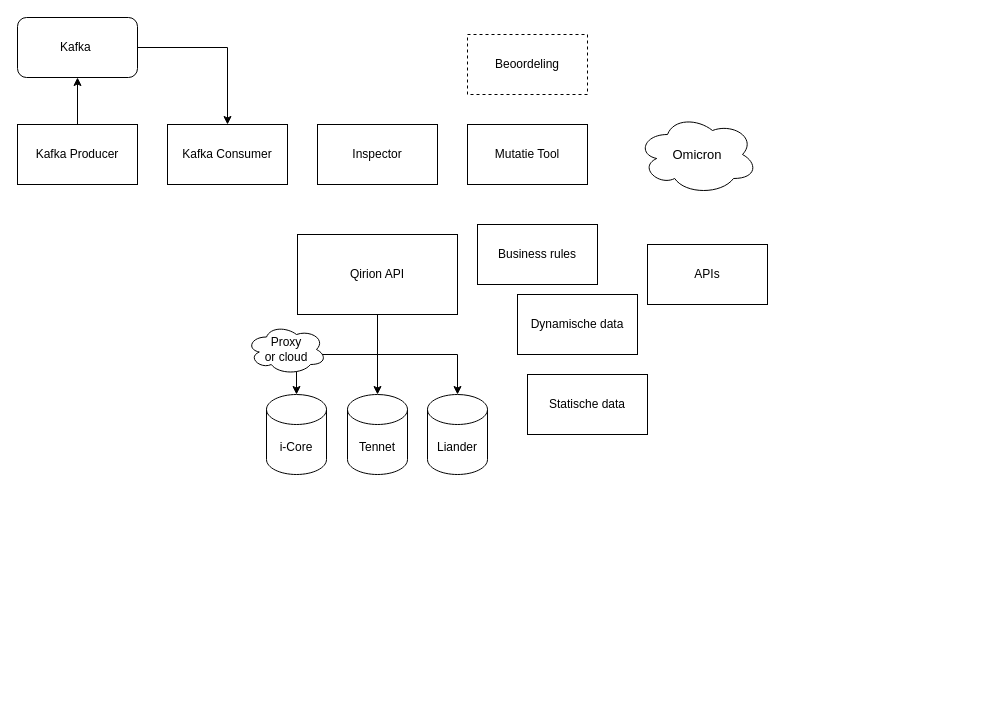
Earlier version of the draw.io diagram page "Page-1" (1 of 6) of staticWeb/Untitled Diagram.drawio (eleemans/react2022). Source tidied: cells renumbered, new cells numbered last; positions are measured from the earlier drawing's top-left corner, leaving out a move shared by most shapes. Both pictures are drawn from the tidied source at 100%, with x=0, y=0 at pixel (17, 17).
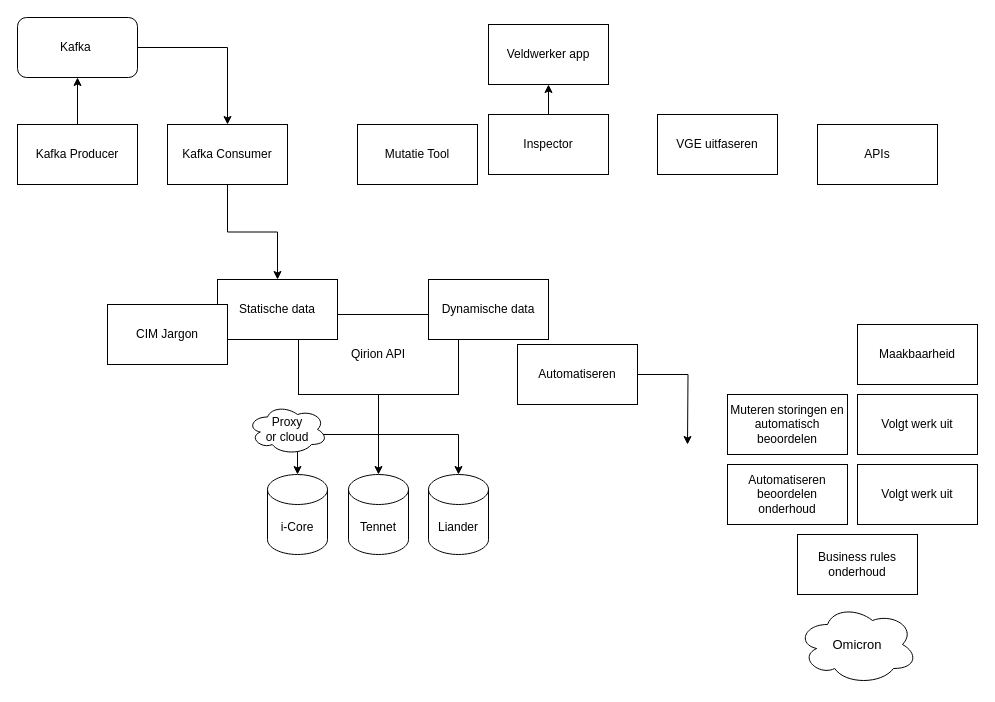
The same page after the edit.

Unchanged cells that the change refers to:
```xml
<mxCell id="9" value="Kafka Consumer" style="rounded=0;whiteSpace=wrap;html=1;" parent="1" vertex="1">
  <mxGeometry x="150" y="107" width="120" height="60" as="geometry" />
</mxCell>
```

Change to the diagram source:
```diff
@@
     <mxCell id="5" value="Qirion API" style="rounded=0;whiteSpace=wrap;html=1;" parent="1" vertex="1">
-      <mxGeometry x="280" y="217" width="160" height="80" as="geometry" />
+      <mxGeometry x="281" y="297" width="160" height="80" as="geometry" />
     </mxCell>
     <mxCell id="6" value="i-Core" style="shape=cylinder3;whiteSpace=wrap;html=1;boundedLbl=1;backgroundOutline=1;size=15;" parent="1" vertex="1">
-      <mxGeometry x="249" y="377" width="60" height="80" as="geometry" />
+      <mxGeometry x="250" y="457" width="60" height="80" as="geometry" />
     </mxCell>
     <mxCell id="7" value="Tennet" style="shape=cylinder3;whiteSpace=wrap;html=1;boundedLbl=1;backgroundOutline=1;size=15;" parent="1" vertex="1">
-      <mxGeometry x="330" y="377" width="60" height="80" as="geometry" />
+      <mxGeometry x="331" y="457" width="60" height="80" as="geometry" />
     </mxCell>
     <mxCell id="8" value="Liander" style="shape=cylinder3;whiteSpace=wrap;html=1;boundedLbl=1;backgroundOutline=1;size=15;" parent="1" vertex="1">
-      <mxGeometry x="410" y="377" width="60" height="80" as="geometry" />
+      <mxGeometry x="411" y="457" width="60" height="80" as="geometry" />
     </mxCell>
+    <mxCell id="23" style="edgeStyle=orthogonalEdgeStyle;rounded=0;jettySize=auto;html=1;exitX=0.5;exitY=1;exitDx=0;exitDy=0;entryX=0.5;entryY=0;entryDx=0;entryDy=0;fontSize=13;fontColor=#000000;startArrow=none;startFill=0;" parent="1" edge="1" source="9" target="22">
+      <mxGeometry relative="1" as="geometry" />
+    </mxCell>
@@
+    <mxCell id="24" style="edgeStyle=orthogonalEdgeStyle;rounded=0;jettySize=auto;html=1;exitX=0.5;exitY=0;exitDx=0;exitDy=0;entryX=0.5;entryY=1;entryDx=0;entryDy=0;fontSize=13;fontColor=#000000;startArrow=none;startFill=0;" parent="1" edge="1" source="10" target="32">
+      <mxGeometry relative="1" as="geometry" />
+    </mxCell>
     <mxCell id="10" value="Inspector" style="rounded=0;whiteSpace=wrap;html=1;" parent="1" vertex="1">
-      <mxGeometry x="300" y="107" width="120" height="60" as="geometry" />
+      <mxGeometry x="471" y="97" width="120" height="60" as="geometry" />
     </mxCell>
     <mxCell id="11" value="Mutatie Tool" style="rounded=0;whiteSpace=wrap;html=1;" parent="1" vertex="1">
-      <mxGeometry x="450" y="107" width="120" height="60" as="geometry" />
+      <mxGeometry x="340" y="107" width="120" height="60" as="geometry" />
     </mxCell>
     <mxCell id="12" value="APIs" style="rounded=0;whiteSpace=wrap;html=1;" parent="1" vertex="1">
-      <mxGeometry x="630" y="227" width="120" height="60" as="geometry" />
+      <mxGeometry x="800" y="107" width="120" height="60" as="geometry" />
     </mxCell>
     <mxCell id="13" value="Proxy &lt;br&gt;or cloud" style="ellipse;shape=cloud;whiteSpace=wrap;html=1;" parent="1" vertex="1">
-      <mxGeometry x="229" y="307" width="80" height="50" as="geometry" />
+      <mxGeometry x="230" y="387" width="80" height="50" as="geometry" />
     </mxCell>
@@
     <mxCell id="18" value="Omicron" style="ellipse;shape=cloud;whiteSpace=wrap;html=1;labelBackgroundColor=#FFFFFF;fontSize=13;fontColor=#000000;" parent="1" vertex="1">
-      <mxGeometry x="620" y="97" width="120" height="80" as="geometry" />
+      <mxGeometry x="780" y="587" width="120" height="80" as="geometry" />
     </mxCell>
-    <mxCell id="19" value="Beoordeling" style="rounded=0;whiteSpace=wrap;html=1;dashed=1;" parent="1" vertex="1">
-      <mxGeometry x="450" y="17" width="120" height="60" as="geometry" />
-    </mxCell>
-    <mxCell id="20" value="Business rules" style="rounded=0;whiteSpace=wrap;html=1;" parent="1" vertex="1">
-      <mxGeometry x="460" y="207" width="120" height="60" as="geometry" />
+    <mxCell id="20" value="Business rules onderhoud" style="rounded=0;whiteSpace=wrap;html=1;" parent="1" vertex="1">
+      <mxGeometry x="780" y="517" width="120" height="60" as="geometry" />
     </mxCell>
     <mxCell id="21" value="Dynamische data" style="rounded=0;whiteSpace=wrap;html=1;" parent="1" vertex="1">
-      <mxGeometry x="500" y="277" width="120" height="60" as="geometry" />
+      <mxGeometry x="411" y="262" width="120" height="60" as="geometry" />
     </mxCell>
     <mxCell id="22" value="Statische data" style="rounded=0;whiteSpace=wrap;html=1;" parent="1" vertex="1">
-      <mxGeometry x="510" y="357" width="120" height="60" as="geometry" />
+      <mxGeometry x="200" y="262" width="120" height="60" as="geometry" />
     </mxCell>
+    <mxCell id="25" value="Automatiseren beoordelen onderhoud" style="rounded=0;whiteSpace=wrap;html=1;" parent="1" vertex="1">
+      <mxGeometry x="710" y="447" width="120" height="60" as="geometry" />
+    </mxCell>
+    <mxCell id="26" value="VGE uitfaseren" style="rounded=0;whiteSpace=wrap;html=1;" parent="1" vertex="1">
+      <mxGeometry x="640" y="97" width="120" height="60" as="geometry" />
+    </mxCell>
+    <mxCell id="27" value="Muteren storingen en automatisch beoordelen" style="rounded=0;whiteSpace=wrap;html=1;" parent="1" vertex="1">
+      <mxGeometry x="710" y="377" width="120" height="60" as="geometry" />
+    </mxCell>
+    <mxCell id="28" style="edgeStyle=orthogonalEdgeStyle;rounded=0;jettySize=auto;html=1;exitX=1;exitY=0.5;exitDx=0;exitDy=0;fontSize=13;fontColor=#000000;startArrow=none;startFill=0;" parent="1" edge="1" source="29">
+      <mxGeometry relative="1" as="geometry">
+        <mxPoint x="670" y="427" as="targetPoint" />
+      </mxGeometry>
+    </mxCell>
+    <mxCell id="29" value="Automatiseren" style="rounded=0;whiteSpace=wrap;html=1;" parent="1" vertex="1">
+      <mxGeometry x="500" y="327" width="120" height="60" as="geometry" />
+    </mxCell>
+    <mxCell id="30" value="Volgt werk uit" style="rounded=0;whiteSpace=wrap;html=1;" parent="1" vertex="1">
+      <mxGeometry x="840" y="377" width="120" height="60" as="geometry" />
+    </mxCell>
+    <mxCell id="31" value="Volgt werk uit" style="rounded=0;whiteSpace=wrap;html=1;" parent="1" vertex="1">
+      <mxGeometry x="840" y="447" width="120" height="60" as="geometry" />
+    </mxCell>
+    <mxCell id="32" value="Veldwerker app" style="rounded=0;whiteSpace=wrap;html=1;" parent="1" vertex="1">
+      <mxGeometry x="471" y="7" width="120" height="60" as="geometry" />
+    </mxCell>
+    <mxCell id="33" value="Maakbaarheid" style="rounded=0;whiteSpace=wrap;html=1;" parent="1" vertex="1">
+      <mxGeometry x="840" y="307" width="120" height="60" as="geometry" />
+    </mxCell>
+    <mxCell id="34" value="CIM Jargon" style="rounded=0;whiteSpace=wrap;html=1;" parent="1" vertex="1">
+      <mxGeometry x="90" y="287" width="120" height="60" as="geometry" />
+    </mxCell>
```
